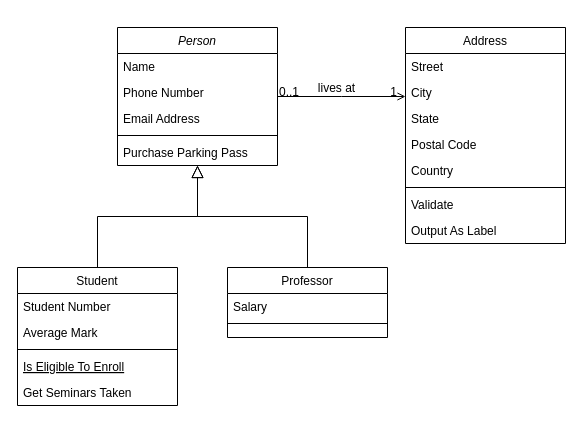
Before: backend.drawio in Saul385/449HW, a draw.io diagram. Source tidied: cells renumbered, new cells numbered last; positions are measured from the earlier drawing's top-left corner, leaving out a move shared by most shapes. Both pictures are drawn from the tidied source at 100%, with x=0, y=0 at pixel (17, 27).
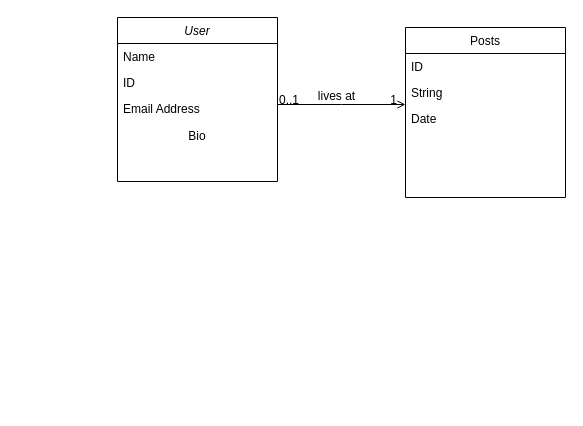
The same page after the edit.

Diff of the diagram source:
```diff
@@
-    <mxCell id="2" value="Person" style="swimlane;fontStyle=2;align=center;verticalAlign=top;horizontal=1;startSize=26;rounded=0;shadow=0;strokeWidth=1;" parent="1" vertex="1">
-      <mxGeometry x="100" width="160" height="138" as="geometry" />
+    <mxCell id="2" value="User" style="swimlane;fontStyle=2;align=center;verticalAlign=top;horizontal=1;startSize=26;rounded=0;shadow=0;strokeWidth=1;" parent="1" vertex="1">
+      <mxGeometry x="100" y="-10" width="160" height="164" as="geometry" />
     </mxCell>
@@
-    <mxCell id="4" value="Phone Number" style="text;align=left;verticalAlign=top;spacingLeft=4;spacingRight=4;overflow=hidden;rounded=0;shadow=0;html=0;" parent="2" vertex="1">
+    <mxCell id="4" value="ID" style="text;align=left;verticalAlign=top;spacingLeft=4;spacingRight=4;overflow=hidden;rounded=0;shadow=0;html=0;" parent="2" vertex="1">
       <mxGeometry y="52" width="160" height="26" as="geometry" />
     </mxCell>
@@
-    <mxCell id="6" style="line;html=1;strokeWidth=1;align=left;verticalAlign=middle;spacingTop=-1;spacingLeft=3;spacingRight=3;labelPosition=right;" parent="2" vertex="1">
-      <mxGeometry y="104" width="160" height="8" as="geometry" />
-    </mxCell>
-    <mxCell id="7" value="Purchase Parking Pass" style="text;align=left;verticalAlign=top;spacingLeft=4;spacingRight=4;overflow=hidden;" parent="2" vertex="1">
-      <mxGeometry y="112" width="160" height="26" as="geometry" />
-    </mxCell>
-    <mxCell id="8" value="Student" style="swimlane;fontStyle=0;align=center;verticalAlign=top;horizontal=1;startSize=26;rounded=0;shadow=0;strokeWidth=1;" parent="1" vertex="1">
-      <mxGeometry y="240" width="160" height="138" as="geometry" />
-    </mxCell>
-    <mxCell id="9" value="Student Number" style="text;align=left;verticalAlign=top;spacingLeft=4;spacingRight=4;overflow=hidden;" parent="8" vertex="1">
-      <mxGeometry y="26" width="160" height="26" as="geometry" />
-    </mxCell>
-    <mxCell id="10" value="Average Mark" style="text;align=left;verticalAlign=top;spacingLeft=4;spacingRight=4;overflow=hidden;rounded=0;shadow=0;html=0;" parent="8" vertex="1">
-      <mxGeometry y="52" width="160" height="26" as="geometry" />
-    </mxCell>
-    <mxCell id="11" style="line;html=1;strokeWidth=1;align=left;verticalAlign=middle;spacingTop=-1;spacingLeft=3;spacingRight=3;labelPosition=right;" parent="8" vertex="1">
-      <mxGeometry y="78" width="160" height="8" as="geometry" />
-    </mxCell>
-    <mxCell id="12" value="Is Eligible To Enroll" style="text;align=left;verticalAlign=top;spacingLeft=4;spacingRight=4;overflow=hidden;fontStyle=4;" parent="8" vertex="1">
-      <mxGeometry y="86" width="160" height="26" as="geometry" />
-    </mxCell>
-    <mxCell id="13" value="Get Seminars Taken" style="text;align=left;verticalAlign=top;spacingLeft=4;spacingRight=4;overflow=hidden;" parent="8" vertex="1">
-      <mxGeometry y="112" width="160" height="26" as="geometry" />
-    </mxCell>
-    <mxCell id="14" style="endArrow=block;endSize=10;endFill=0;shadow=0;strokeWidth=1;rounded=0;edgeStyle=elbowEdgeStyle;elbow=vertical;" parent="1" edge="1" source="8" target="2">
-      <mxGeometry relative="1" as="geometry" />
-    </mxCell>
-    <mxCell id="15" value="Professor" style="swimlane;fontStyle=0;align=center;verticalAlign=top;horizontal=1;startSize=26;rounded=0;shadow=0;strokeWidth=1;" parent="1" vertex="1">
-      <mxGeometry x="210" y="240" width="160" height="70" as="geometry" />
-    </mxCell>
-    <mxCell id="16" value="Salary" style="text;align=left;verticalAlign=top;spacingLeft=4;spacingRight=4;overflow=hidden;" parent="15" vertex="1">
-      <mxGeometry y="26" width="160" height="26" as="geometry" />
-    </mxCell>
-    <mxCell id="17" style="line;html=1;strokeWidth=1;align=left;verticalAlign=middle;spacingTop=-1;spacingLeft=3;spacingRight=3;labelPosition=right;" parent="15" vertex="1">
-      <mxGeometry y="52" width="160" height="8" as="geometry" />
-    </mxCell>
-    <mxCell id="18" style="endArrow=block;endSize=10;endFill=0;shadow=0;strokeWidth=1;rounded=0;edgeStyle=elbowEdgeStyle;elbow=vertical;" parent="1" edge="1" source="15" target="2">
-      <mxGeometry relative="1" as="geometry" />
-    </mxCell>
+    <mxCell id="32" value="Bio" style="text;strokeColor=none;align=center;fillColor=none;html=1;verticalAlign=middle;whiteSpace=wrap;rounded=0;" parent="2" vertex="1">
+      <mxGeometry y="104" width="160" height="30" as="geometry" />
+    </mxCell>
-    <mxCell id="19" value="Address" style="swimlane;fontStyle=0;align=center;verticalAlign=top;horizontal=1;startSize=26;rounded=0;shadow=0;strokeWidth=1;" parent="1" vertex="1">
-      <mxGeometry x="388" width="160" height="216" as="geometry" />
+    <mxCell id="19" value="Posts" style="swimlane;fontStyle=0;align=center;verticalAlign=top;horizontal=1;startSize=26;rounded=0;shadow=0;strokeWidth=1;" parent="1" vertex="1">
+      <mxGeometry x="388" width="160" height="170" as="geometry" />
     </mxCell>
-    <mxCell id="20" value="Street" style="text;align=left;verticalAlign=top;spacingLeft=4;spacingRight=4;overflow=hidden;" parent="19" vertex="1">
+    <mxCell id="20" value="ID" style="text;align=left;verticalAlign=top;spacingLeft=4;spacingRight=4;overflow=hidden;" parent="19" vertex="1">
       <mxGeometry y="26" width="160" height="26" as="geometry" />
     </mxCell>
-    <mxCell id="21" value="City" style="text;align=left;verticalAlign=top;spacingLeft=4;spacingRight=4;overflow=hidden;rounded=0;shadow=0;html=0;" parent="19" vertex="1">
+    <mxCell id="21" value="String" style="text;align=left;verticalAlign=top;spacingLeft=4;spacingRight=4;overflow=hidden;rounded=0;shadow=0;html=0;" parent="19" vertex="1">
       <mxGeometry y="52" width="160" height="26" as="geometry" />
     </mxCell>
-    <mxCell id="22" value="State" style="text;align=left;verticalAlign=top;spacingLeft=4;spacingRight=4;overflow=hidden;rounded=0;shadow=0;html=0;" parent="19" vertex="1">
+    <mxCell id="22" value="Date" style="text;align=left;verticalAlign=top;spacingLeft=4;spacingRight=4;overflow=hidden;rounded=0;shadow=0;html=0;" parent="19" vertex="1">
       <mxGeometry y="78" width="160" height="26" as="geometry" />
     </mxCell>
-    <mxCell id="23" value="Postal Code" style="text;align=left;verticalAlign=top;spacingLeft=4;spacingRight=4;overflow=hidden;rounded=0;shadow=0;html=0;" parent="19" vertex="1">
-      <mxGeometry y="104" width="160" height="26" as="geometry" />
-    </mxCell>
-    <mxCell id="24" value="Country" style="text;align=left;verticalAlign=top;spacingLeft=4;spacingRight=4;overflow=hidden;rounded=0;shadow=0;html=0;" parent="19" vertex="1">
-      <mxGeometry y="130" width="160" height="26" as="geometry" />
-    </mxCell>
-    <mxCell id="25" style="line;html=1;strokeWidth=1;align=left;verticalAlign=middle;spacingTop=-1;spacingLeft=3;spacingRight=3;labelPosition=right;" parent="19" vertex="1">
-      <mxGeometry y="156" width="160" height="8" as="geometry" />
-    </mxCell>
-    <mxCell id="26" value="Validate" style="text;align=left;verticalAlign=top;spacingLeft=4;spacingRight=4;overflow=hidden;" parent="19" vertex="1">
-      <mxGeometry y="164" width="160" height="26" as="geometry" />
-    </mxCell>
-    <mxCell id="27" value="Output As Label" style="text;align=left;verticalAlign=top;spacingLeft=4;spacingRight=4;overflow=hidden;" parent="19" vertex="1">
-      <mxGeometry y="190" width="160" height="26" as="geometry" />
-    </mxCell>
```
